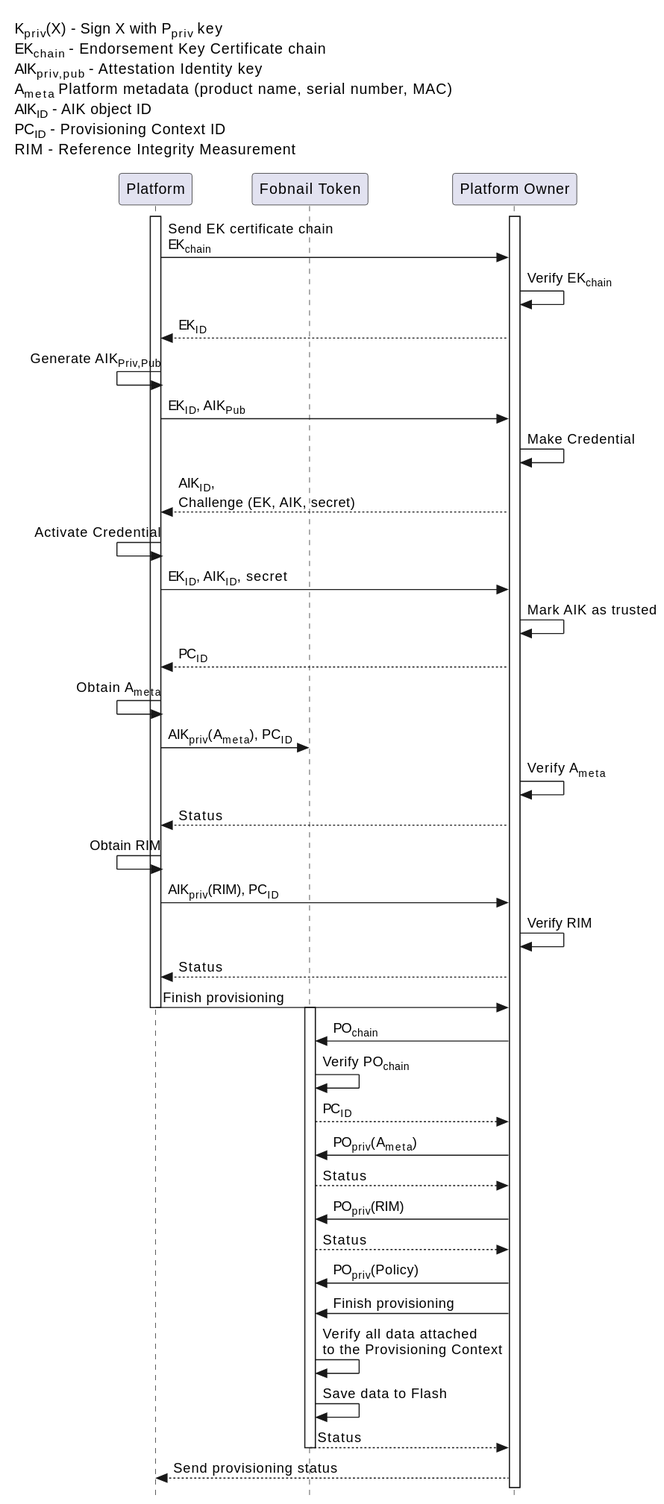
Earlier version of the PlantUML export rfcs/img/remote-platform-provisioning.svg (fobnail/docs).
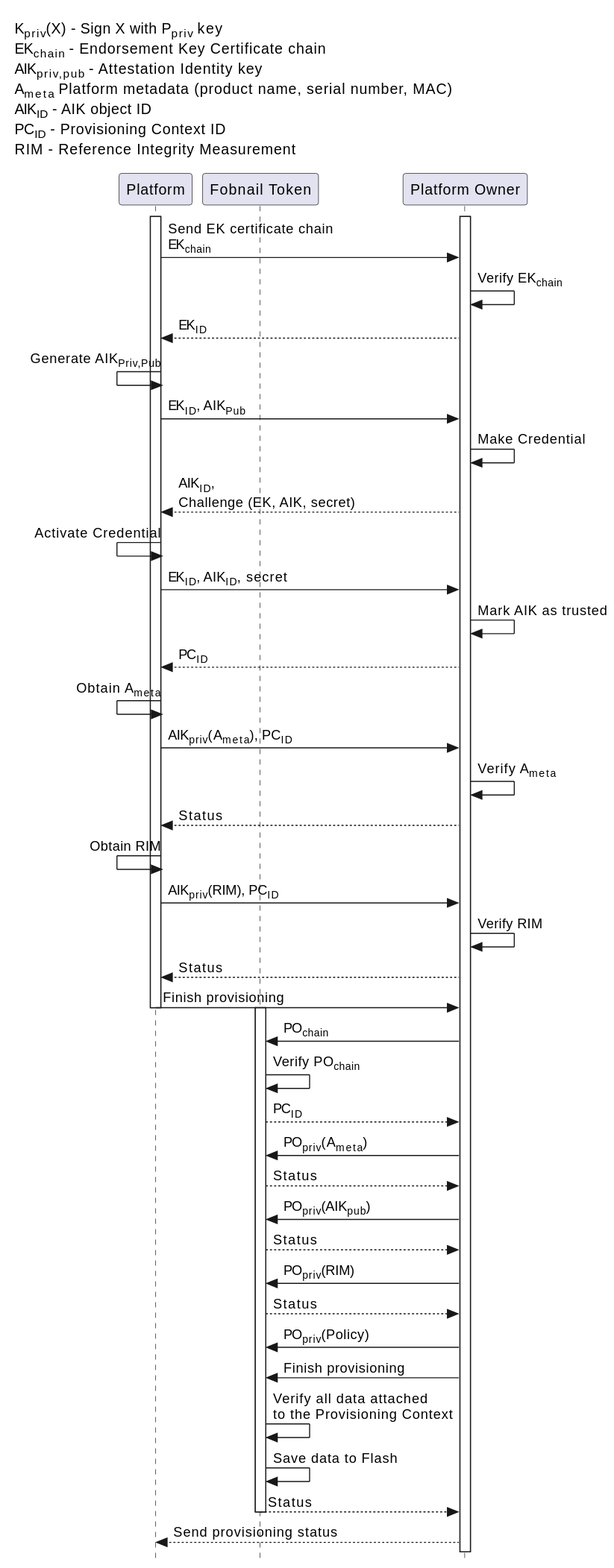
After the change.

Commit message:
rfcs/0001-fobnail-architecture-change.md: fix remote platform provisioning diagram

Change to the diagram source:
```diff
@@ -32,7 +32,7 @@
 PO -> PO: Mark AIK as trusted
 PO --> Platform: PC<sub>ID</sub>
 Platform <- Platform: Obtain A<sub>meta</sub>
-Platform -> FT: AIK<sub>priv</sub>(A<sub>meta</sub>), PC<sub>ID</sub>
+Platform -> PO: AIK<sub>priv</sub>(A<sub>meta</sub>), PC<sub>ID</sub>
 PO -> PO: Verify A<sub>meta</sub>
 PO --> Platform: Status
 Platform <- Platform: Obtain RIM
@@ -49,6 +49,8 @@
 FT --> PO: PC<sub>ID</sub>
 PO -> FT: PO<sub>priv</sub>(A<sub>meta</sub>)
 FT --> PO: Status
+PO -> FT: PO<sub>priv</sub>(AIK<sub>pub</sub>)
+FT --> PO: Status
 PO -> FT: PO<sub>priv</sub>(RIM)
 FT --> PO: Status
 PO -> FT: PO<sub>priv</sub>(Policy)
```
